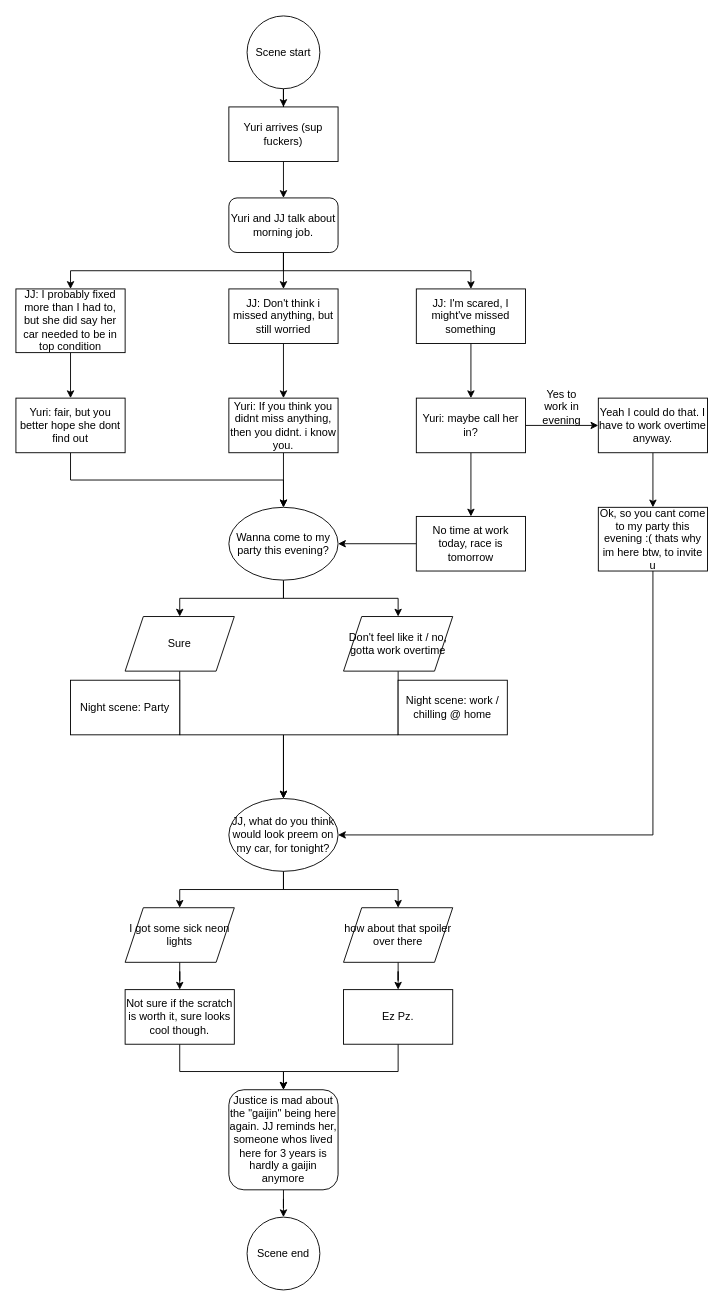
OliLeisingeHFU/VN-Leisinger keeps this draw.io diagram as page "Day 1 Afternoon" (2 of 2) of Motor City Mechanic/Concept/MCM.drawio. Above is the earlier version. Source tidied: cells renumbered, new cells numbered last; positions are measured from the earlier drawing's top-left corner, leaving out a move shared by most shapes. Both pictures are drawn from the tidied source at 91%, with x=0, y=0 at pixel (15, 15).
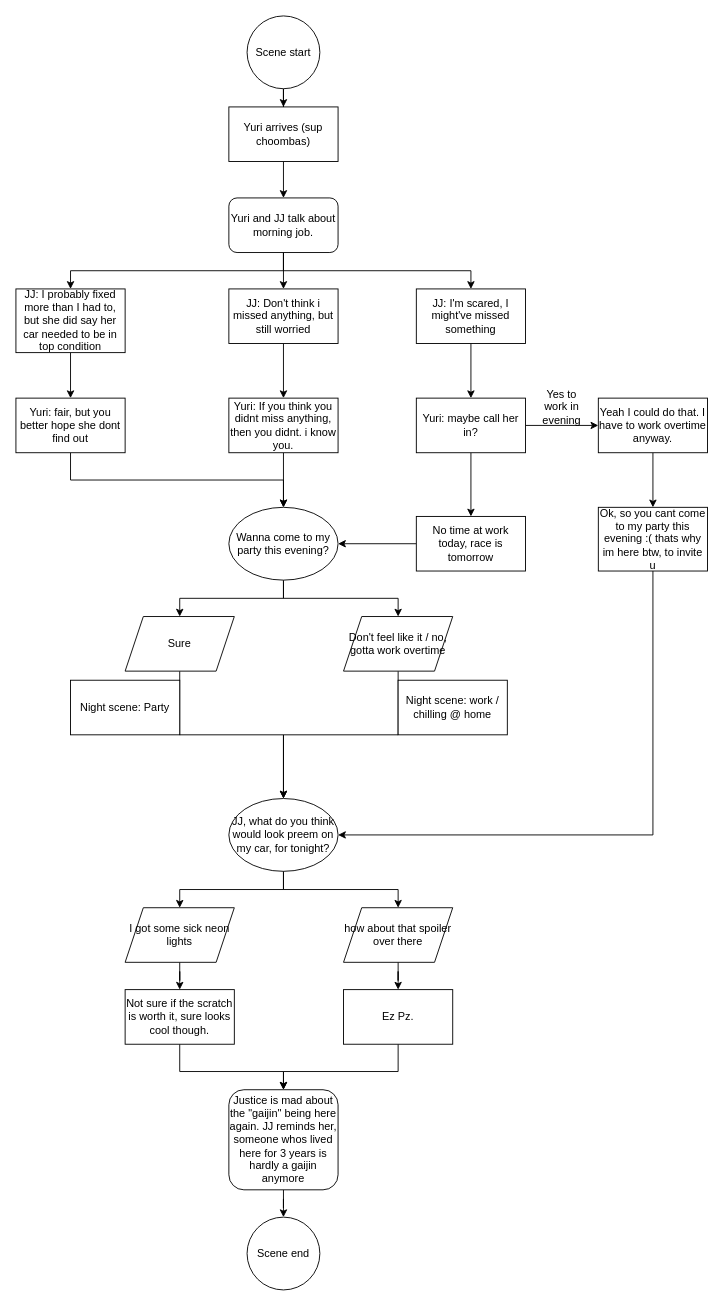
The same diagram, later.

Change to the diagram source:
```diff
@@
-    <mxCell id="3" value="Yuri arrives (sup fuckers)" style="rounded=0;whiteSpace=wrap;html=1;" parent="1" vertex="1">
+    <mxCell id="3" value="Yuri arrives (sup choombas)" style="rounded=0;whiteSpace=wrap;html=1;" parent="1" vertex="1">
       <mxGeometry x="234" y="100" width="120" height="60" as="geometry" />
     </mxCell>
```
